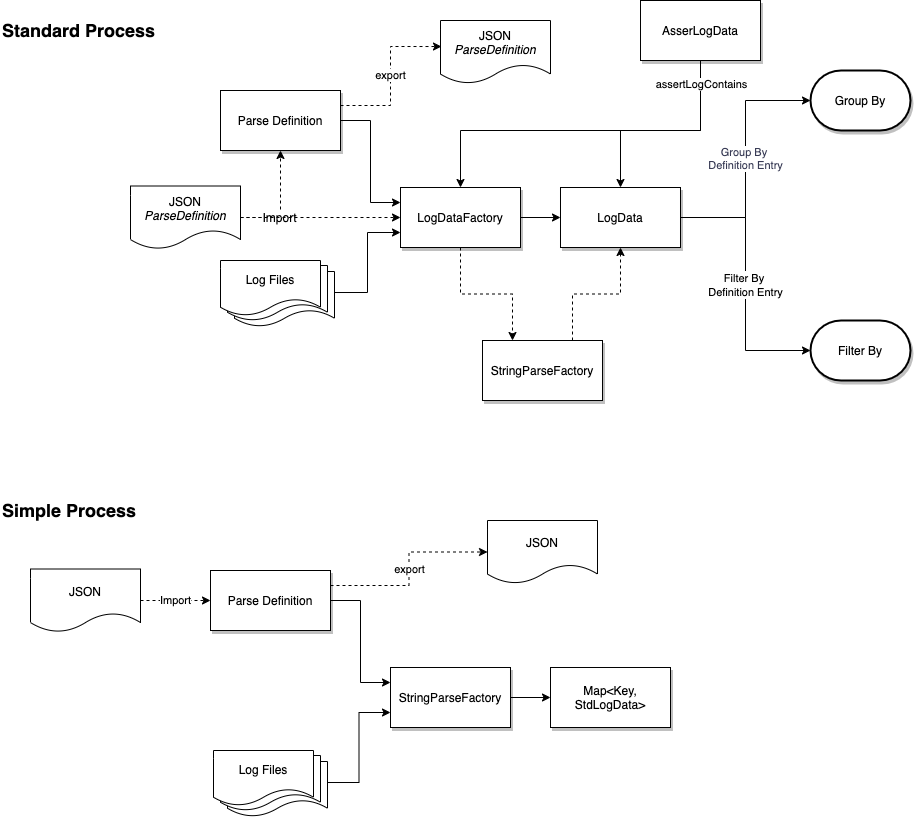
Before: diagrams/Log_Parser-Processes.png, a diagram exported from draw.io (adobe/log-parser). Source tidied: cells renumbered, new cells last; positions are measured from the earlier drawing's top-left corner, leaving out a move shared by most shapes.
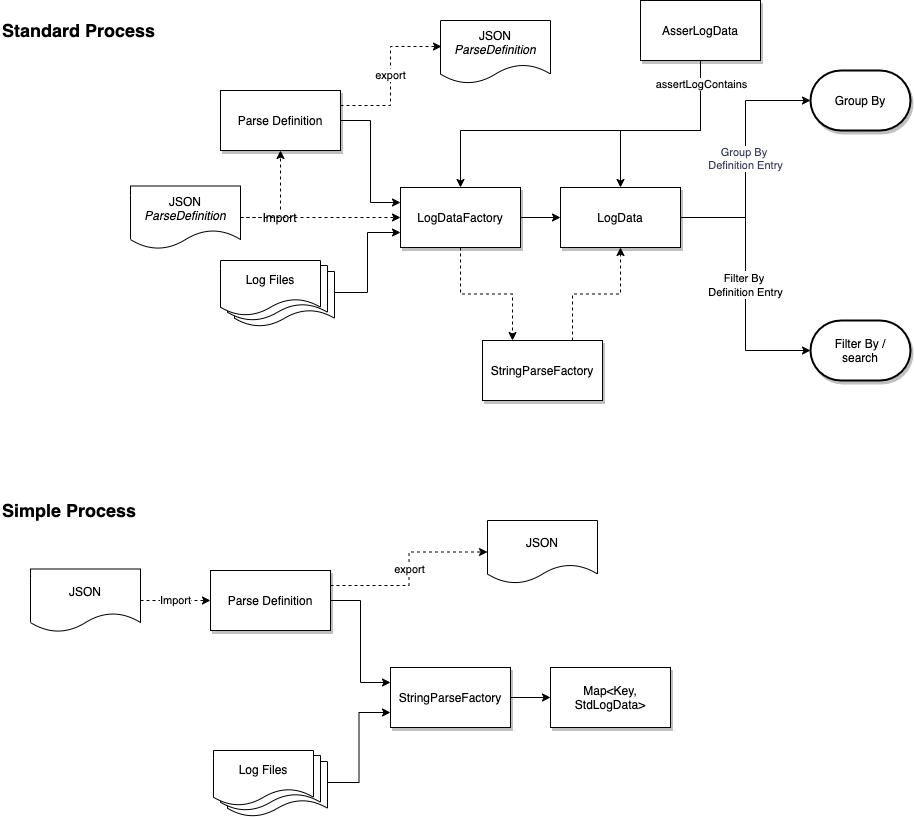
Above is the later version.

Change to the diagram source:
```diff
@@ -116,7 +116,7 @@
     <mxCell id="37" value="JSON" style="shape=document;whiteSpace=wrap;html=1;boundedLbl=1;labelBackgroundColor=#FFFFFF;strokeColor=#000000;fillColor=#FFFFFF;fontSize=12;align=center;" parent="1" vertex="1">
       <mxGeometry x="30" y="568.5" width="110" height="63" as="geometry" />
     </mxCell>
-    <mxCell id="38" value="Filter By" style="strokeWidth=2;html=1;shape=mxgraph.flowchart.terminator;whiteSpace=wrap;shadow=1;labelBackgroundColor=#FFFFFF;" parent="1" vertex="1">
+    <mxCell id="38" value="Filter By /&lt;br&gt;search" style="strokeWidth=2;html=1;shape=mxgraph.flowchart.terminator;whiteSpace=wrap;shadow=1;labelBackgroundColor=#FFFFFF;" parent="1" vertex="1">
       <mxGeometry x="810" y="320" width="100" height="60" as="geometry" />
     </mxCell>
     <mxCell id="39" value="JSON" style="shape=document;whiteSpace=wrap;html=1;boundedLbl=1;labelBackgroundColor=#FFFFFF;strokeColor=#000000;fillColor=#FFFFFF;fontSize=12;align=center;" parent="1" vertex="1">
```
